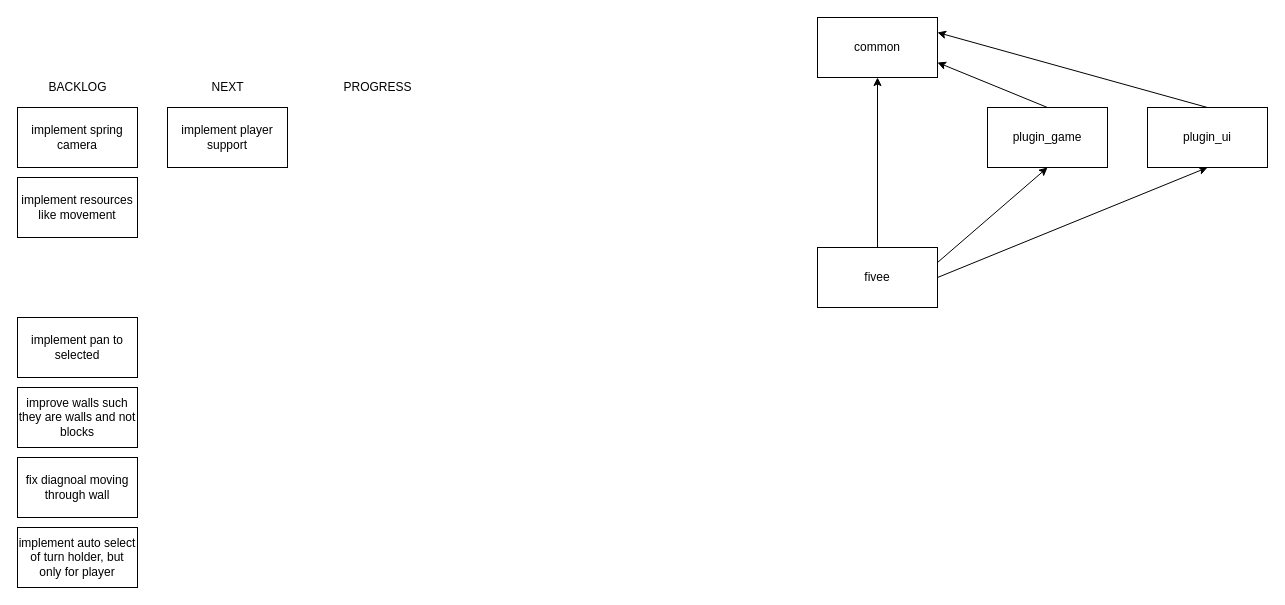
This is .drawio from horup/fivee, a draw.io file, before an edit. Source tidied: cells renumbered, new cells numbered last; positions are measured from the earlier drawing's top-left corner, leaving out a move shared by most shapes. Both pictures are drawn from the tidied source at 100%, with x=0, y=0 at pixel (17, 17).
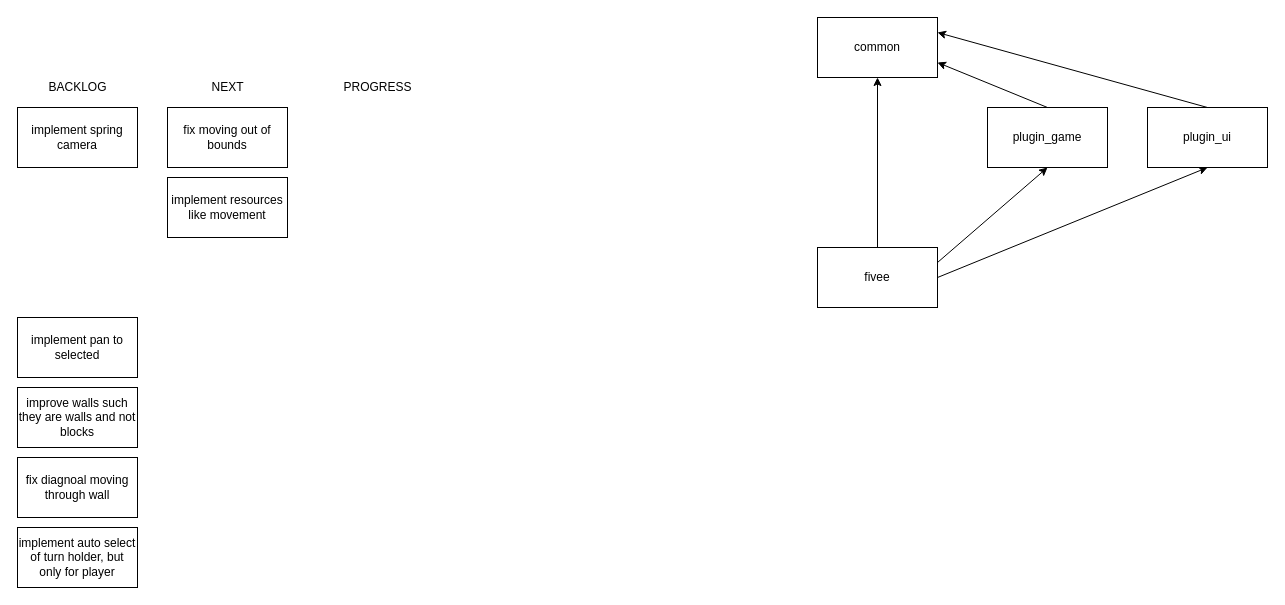
The same diagram, later.

Change to the diagram source:
```diff
@@
     <mxCell id="15" value="implement resources like movement" style="rounded=0;whiteSpace=wrap;html=1;" parent="1" vertex="1">
-      <mxGeometry y="160" width="120" height="60" as="geometry" />
+      <mxGeometry x="150" y="160" width="120" height="60" as="geometry" />
     </mxCell>
@@
-    <mxCell id="19" value="implement player support" style="rounded=0;whiteSpace=wrap;html=1;" parent="1" vertex="1">
-      <mxGeometry x="150" y="90" width="120" height="60" as="geometry" />
-    </mxCell>
@@
+    <mxCell id="21" value="fix moving out of bounds" style="rounded=0;whiteSpace=wrap;html=1;" parent="1" vertex="1">
+      <mxGeometry x="150" y="90" width="120" height="60" as="geometry" />
+    </mxCell>
```
